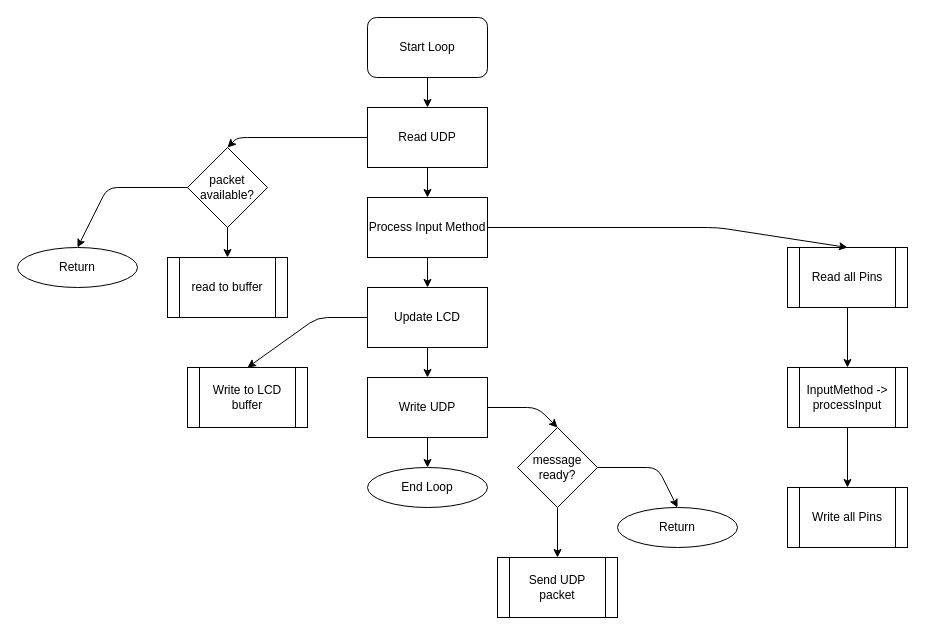
Before: page "Loop" (2 of 2) of glEEmail flow.drawio in Matt-and-Gib/gleemail, a draw.io diagram. Source tidied: cells renumbered, new cells numbered last; positions are measured from the earlier drawing's top-left corner, leaving out a move shared by most shapes. Both pictures are drawn from the tidied source at 100%, with x=0, y=0 at pixel (17, 17).
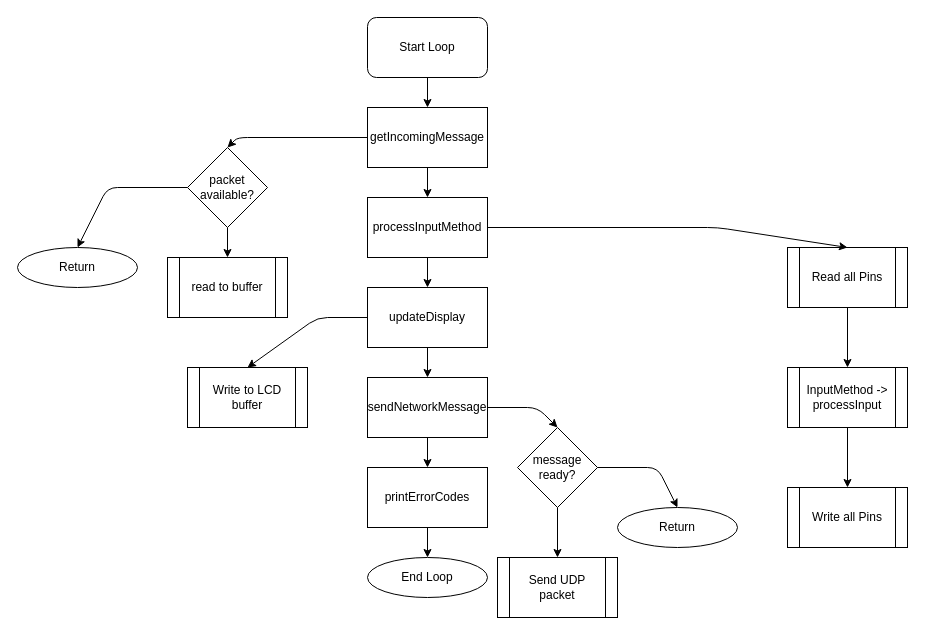
The same diagram, later.

Diff of the diagram source:
```diff
@@
-    <mxCell id="4" value="Process Input Method" style="rounded=0;whiteSpace=wrap;html=1;" parent="1" vertex="1">
+    <mxCell id="4" value="processInputMethod" style="rounded=0;whiteSpace=wrap;html=1;" parent="1" vertex="1">
       <mxGeometry x="350" y="180" width="120" height="60" as="geometry" />
     </mxCell>
@@
-    <mxCell id="11" value="Read UDP" style="rounded=0;whiteSpace=wrap;html=1;" parent="1" vertex="1">
+    <mxCell id="11" value="getIncomingMessage" style="rounded=0;whiteSpace=wrap;html=1;" parent="1" vertex="1">
       <mxGeometry x="350" y="90" width="120" height="60" as="geometry" />
     </mxCell>
-    <mxCell id="12" style="edgeStyle=orthogonalEdgeStyle;rounded=0;jettySize=auto;html=1;exitX=0.5;exitY=1;exitDx=0;exitDy=0;entryX=0.5;entryY=0;entryDx=0;entryDy=0;" parent="1" edge="1" source="13" target="32">
+    <mxCell id="12" style="edgeStyle=orthogonalEdgeStyle;rounded=0;jettySize=auto;html=1;exitX=0.5;exitY=1;exitDx=0;exitDy=0;entryX=0.5;entryY=0;entryDx=0;entryDy=0;" parent="1" edge="1" source="13" target="34">
       <mxGeometry relative="1" as="geometry" />
     </mxCell>
-    <mxCell id="13" value="Write UDP" style="rounded=0;whiteSpace=wrap;html=1;" parent="1" vertex="1">
+    <mxCell id="13" value="sendNetworkMessage" style="rounded=0;whiteSpace=wrap;html=1;" parent="1" vertex="1">
       <mxGeometry x="350" y="360" width="120" height="60" as="geometry" />
     </mxCell>
@@
-    <mxCell id="15" value="Update LCD" style="rounded=0;whiteSpace=wrap;html=1;" parent="1" vertex="1">
+    <mxCell id="15" value="updateDisplay" style="rounded=0;whiteSpace=wrap;html=1;" parent="1" vertex="1">
       <mxGeometry x="350" y="270" width="120" height="60" as="geometry" />
     </mxCell>
@@
     <mxCell id="32" value="End Loop" style="ellipse;whiteSpace=wrap;html=1;" parent="1" vertex="1">
-      <mxGeometry x="350" y="450" width="120" height="40" as="geometry" />
+      <mxGeometry x="350" y="540" width="120" height="40" as="geometry" />
     </mxCell>
+    <mxCell id="33" style="edgeStyle=orthogonalEdgeStyle;rounded=0;jettySize=auto;html=1;exitX=0.5;exitY=1;exitDx=0;exitDy=0;entryX=0.5;entryY=0;entryDx=0;entryDy=0;" parent="1" edge="1" source="34" target="32">
+      <mxGeometry relative="1" as="geometry" />
+    </mxCell>
+    <mxCell id="34" value="printErrorCodes" style="rounded=0;whiteSpace=wrap;html=1;" parent="1" vertex="1">
+      <mxGeometry x="350" y="450" width="120" height="60" as="geometry" />
+    </mxCell>
```
